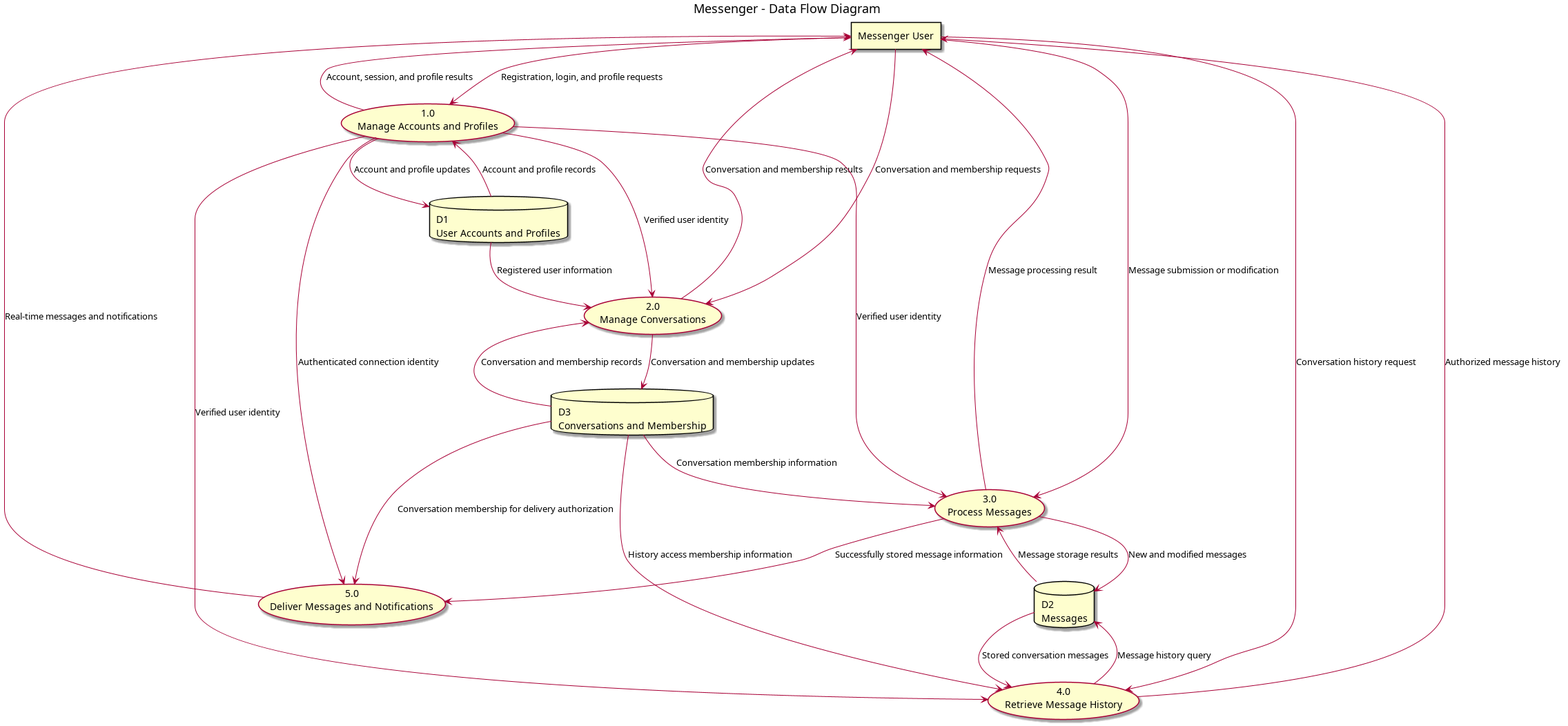
The PlantUML diagram docs/diagrams/data-flow.png in hamiltons15/messenger-assignment, before a commit. Its source is kept beside it as docs/diagrams/data-flow.puml.
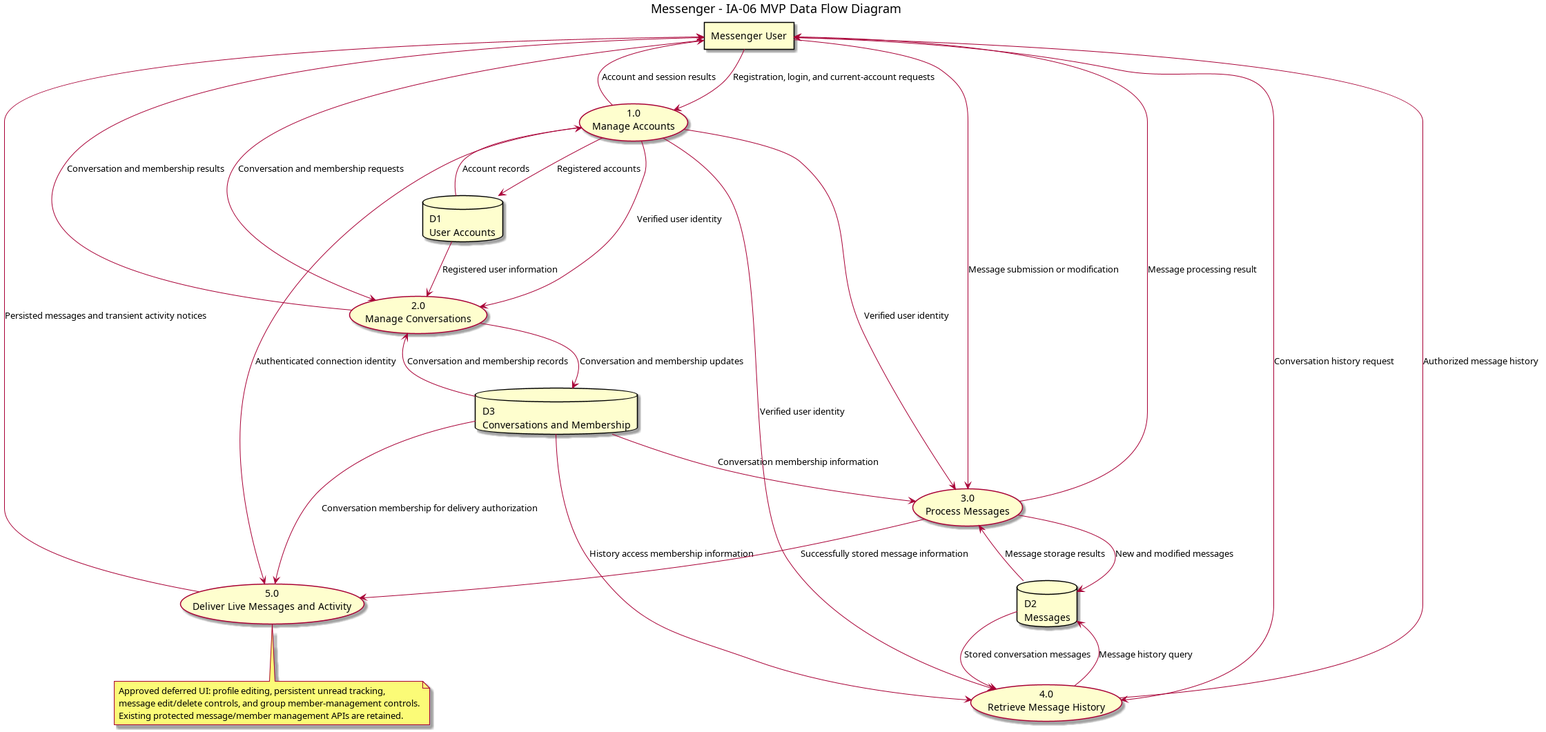
The same diagram one commit later.

The edit, as a diff of the source:
```diff
@@ -1,25 +1,25 @@
 @startuml
-title Messenger - Data Flow Diagram
+title Messenger - IA-06 MVP Data Flow Diagram
 
 top to bottom direction
 
 
 rectangle "Messenger User" as User
 
-usecase "1.0\nManage Accounts and Profiles" as P1
+usecase "1.0\nManage Accounts" as P1
 usecase "2.0\nManage Conversations" as P2
 usecase "3.0\nProcess Messages" as P3
 usecase "4.0\nRetrieve Message History" as P4
-usecase "5.0\nDeliver Messages and Notifications" as P5
+usecase "5.0\nDeliver Live Messages and Activity" as P5
 
 
-database "D1\nUser Accounts and Profiles" as D1
+database "D1\nUser Accounts" as D1
 database "D2\nMessages" as D2
 database "D3\nConversations and Membership" as D3
 
 
-User --> P1 : Registration, login, and profile requests
-P1 --> User : Account, session, and profile results
+User --> P1 : Registration, login, and current-account requests
+P1 --> User : Account and session results
 
 User --> P2 : Conversation and membership requests
 P2 --> User : Conversation and membership results
@@ -30,12 +30,12 @@
 User --> P4 : Conversation history request
 P4 --> User : Authorized message history
 
-P5 --> User : Real-time messages and notifications
+P5 --> User : Persisted messages and transient activity notices
 
 
 
-P1 --> D1 : Account and profile updates
-D1 --> P1 : Account and profile records
+P1 --> D1 : Registered accounts
+D1 --> P1 : Account records
 
 P2 --> D3 : Conversation and membership updates
 D3 --> P2 : Conversation and membership records
@@ -62,4 +62,10 @@
 
 
 
+note bottom
+  Approved deferred UI: profile editing, persistent unread tracking,
+  message edit/delete controls, and group member-management controls.
+  Existing protected message/member management APIs are retained.
+end note
+
 @enduml
```
